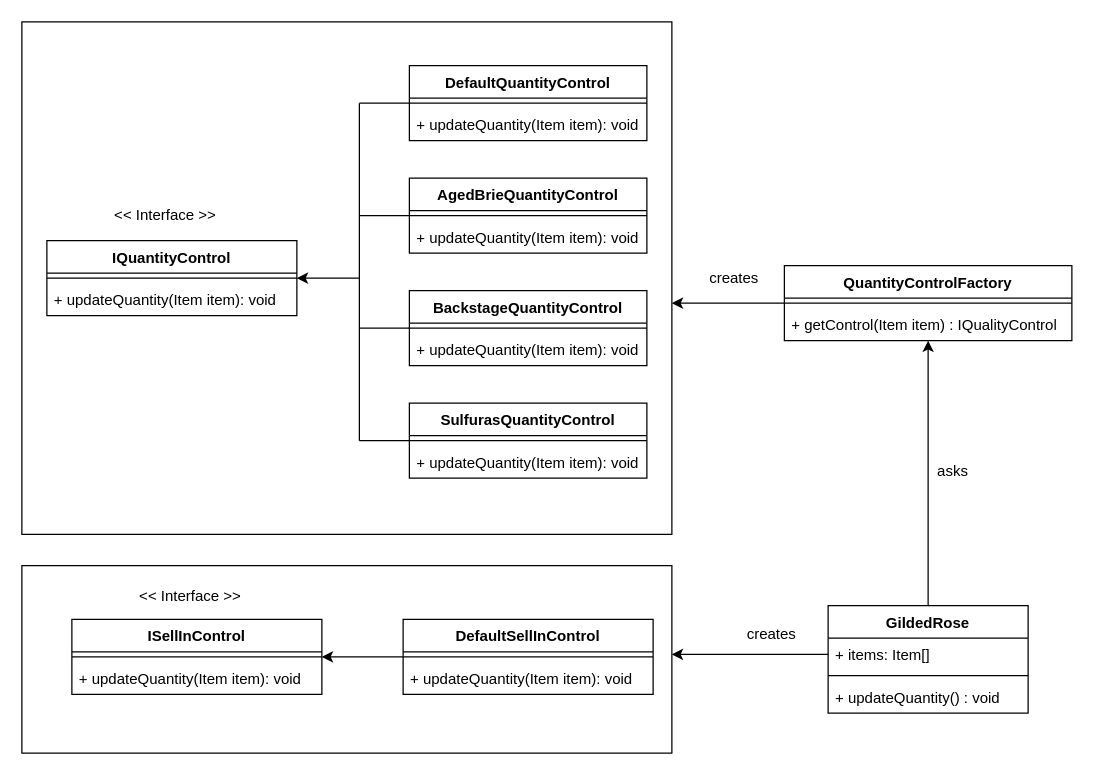
rizkyjayusman/gildedrose keeps this draw.io diagram as docs/class-diagram.drawio. Above is the earlier version. Source tidied: cells renumbered, new cells numbered last; positions are measured from the earlier drawing's top-left corner, leaving out a move shared by most shapes. Both pictures are drawn from the tidied source at 125%, with x=0, y=0 at pixel (21, 21).
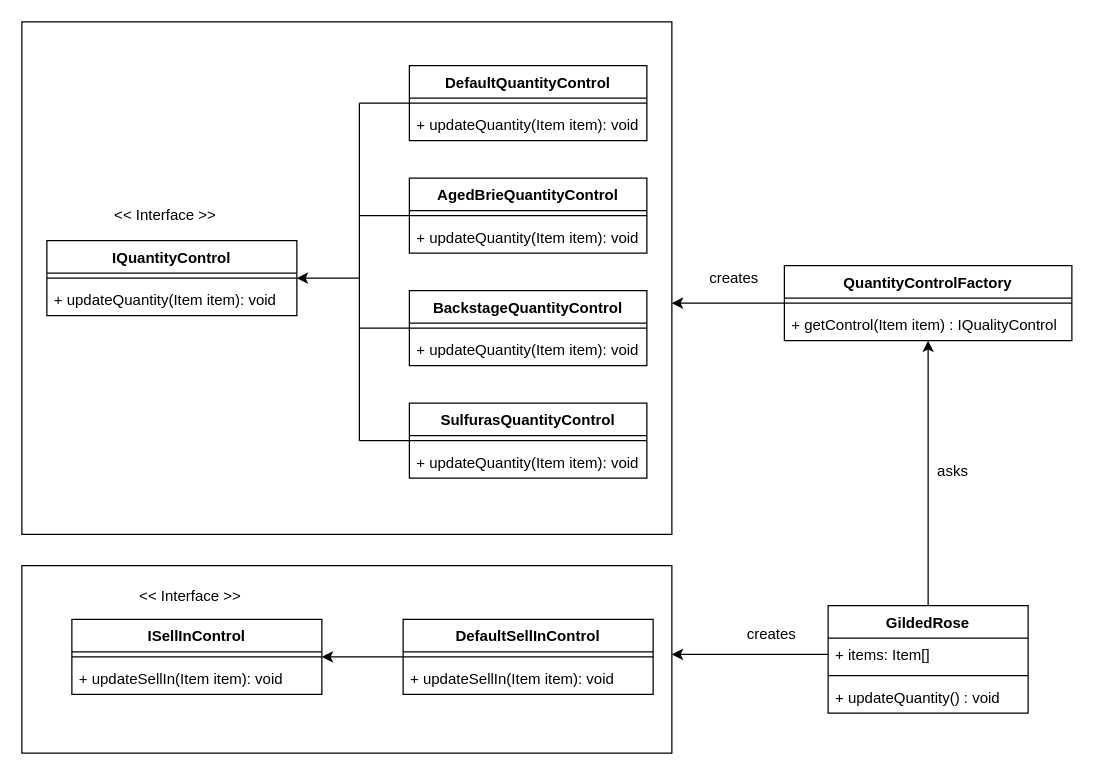
Above is the later version.

Commit message (it also covers changes not shown here):
update class diagram

The change refers to these unchanged cells:
```xml
<mxCell id="37" value="DefaultSellInControl" style="swimlane;fontStyle=1;align=center;verticalAlign=top;horizontal=1;startSize=26;" parent="1" vertex="1">
  <mxGeometry x="305" y="478" width="200" height="60" as="geometry" />
</mxCell>
<mxCell id="40" value="ISellInControl" style="swimlane;fontStyle=1;align=center;verticalAlign=top;horizontal=1;startSize=26;" parent="1" vertex="1">
  <mxGeometry x="40" y="478" width="200" height="60" as="geometry" />
</mxCell>
```

Change to the diagram source:
```diff
@@
-    <mxCell id="39" value="+ updateQuantity(Item item): void" style="text;strokeColor=none;fillColor=none;align=left;verticalAlign=top;spacingLeft=4;spacingRight=4;overflow=hidden;" parent="37" vertex="1">
+    <mxCell id="39" value="+ updateSellIn(Item item): void" style="text;strokeColor=none;fillColor=none;align=left;verticalAlign=top;spacingLeft=4;spacingRight=4;overflow=hidden;" parent="37" vertex="1">
       <mxGeometry y="34" width="200" height="26" as="geometry" />
     </mxCell>
@@
-    <mxCell id="42" value="+ updateQuantity(Item item): void" style="text;strokeColor=none;fillColor=none;align=left;verticalAlign=top;spacingLeft=4;spacingRight=4;overflow=hidden;" parent="40" vertex="1">
+    <mxCell id="42" value="+ updateSellIn(Item item): void" style="text;strokeColor=none;fillColor=none;align=left;verticalAlign=top;spacingLeft=4;spacingRight=4;overflow=hidden;" parent="40" vertex="1">
       <mxGeometry y="34" width="200" height="26" as="geometry" />
     </mxCell>
```
